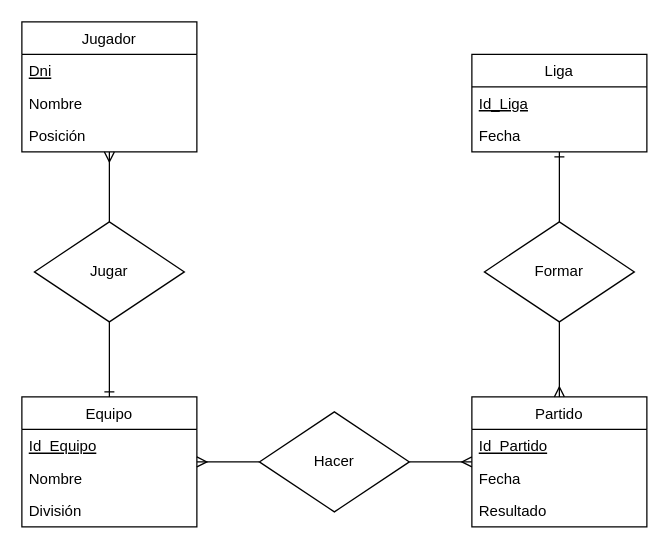
Above: UD12_10.drawio in AlbertoJiLo/C3_UD12 (draw.io), before the change. Source tidied: cells renumbered, new cells numbered last; positions are measured from the earlier drawing's top-left corner, leaving out a move shared by most shapes. Both pictures are drawn from the tidied source at 125%, with x=0, y=0 at pixel (21, 21).
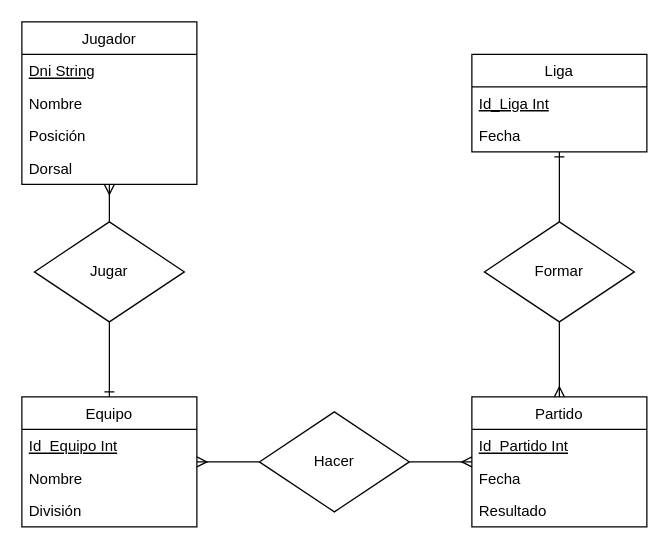
Above is the later version.

Unchanged cells that the change refers to:
```xml
<mxCell id="9" value="Equipo" style="swimlane;fontStyle=0;horizontal=1;startSize=26;fillColor=none;" parent="1" vertex="1">
  <mxGeometry y="300" width="140" height="104" as="geometry" />
</mxCell>
<mxCell id="13" value="Partido" style="swimlane;fontStyle=0;horizontal=1;startSize=26;fillColor=none;" parent="1" vertex="1">
  <mxGeometry x="360" y="300" width="140" height="104" as="geometry" />
</mxCell>
<mxCell id="17" value="Liga" style="swimlane;fontStyle=0;horizontal=1;startSize=26;fillColor=none;" parent="1" vertex="1">
  <mxGeometry x="360" y="26" width="140" height="78" as="geometry" />
</mxCell>
```

What changed in the source:
```diff
@@
     <mxCell id="5" value="Jugador" style="swimlane;fontStyle=0;horizontal=1;startSize=26;fillColor=none;" parent="1" vertex="1">
-      <mxGeometry width="140" height="104" as="geometry" />
+      <mxGeometry width="140" height="130" as="geometry" />
     </mxCell>
-    <mxCell id="6" value="Dni" style="text;strokeColor=none;fillColor=none;align=left;verticalAlign=top;spacingLeft=4;spacingRight=4;overflow=hidden;fontStyle=4;" parent="5" vertex="1">
+    <mxCell id="6" value="Dni String" style="text;strokeColor=none;fillColor=none;align=left;verticalAlign=top;spacingLeft=4;spacingRight=4;overflow=hidden;fontStyle=4;" parent="5" vertex="1">
       <mxGeometry y="26" width="140" height="26" as="geometry" />
     </mxCell>
@@
+    <mxCell id="26" value="Dorsal" style="text;strokeColor=none;fillColor=none;align=left;verticalAlign=top;spacingLeft=4;spacingRight=4;overflow=hidden;" parent="5" vertex="1">
+      <mxGeometry y="104" width="140" height="26" as="geometry" />
+    </mxCell>
@@
-    <mxCell id="10" value="Id_Equipo" style="text;strokeColor=none;fillColor=none;align=left;verticalAlign=top;spacingLeft=4;spacingRight=4;overflow=hidden;fontStyle=4;" parent="9" vertex="1">
+    <mxCell id="10" value="Id_Equipo Int" style="text;strokeColor=none;fillColor=none;align=left;verticalAlign=top;spacingLeft=4;spacingRight=4;overflow=hidden;fontStyle=4;" parent="9" vertex="1">
       <mxGeometry y="26" width="140" height="26" as="geometry" />
     </mxCell>
@@
-    <mxCell id="14" value="Id_Partido" style="text;strokeColor=none;fillColor=none;align=left;verticalAlign=top;spacingLeft=4;spacingRight=4;overflow=hidden;fontStyle=4;" parent="13" vertex="1">
+    <mxCell id="14" value="Id_Partido Int" style="text;strokeColor=none;fillColor=none;align=left;verticalAlign=top;spacingLeft=4;spacingRight=4;overflow=hidden;fontStyle=4;" parent="13" vertex="1">
       <mxGeometry y="26" width="140" height="26" as="geometry" />
     </mxCell>
@@
-    <mxCell id="18" value="Id_Liga" style="text;strokeColor=none;fillColor=none;align=left;verticalAlign=top;spacingLeft=4;spacingRight=4;overflow=hidden;fontStyle=4;" parent="17" vertex="1">
+    <mxCell id="18" value="Id_Liga Int" style="text;strokeColor=none;fillColor=none;align=left;verticalAlign=top;spacingLeft=4;spacingRight=4;overflow=hidden;fontStyle=4;" parent="17" vertex="1">
       <mxGeometry y="26" width="140" height="26" as="geometry" />
     </mxCell>
```
